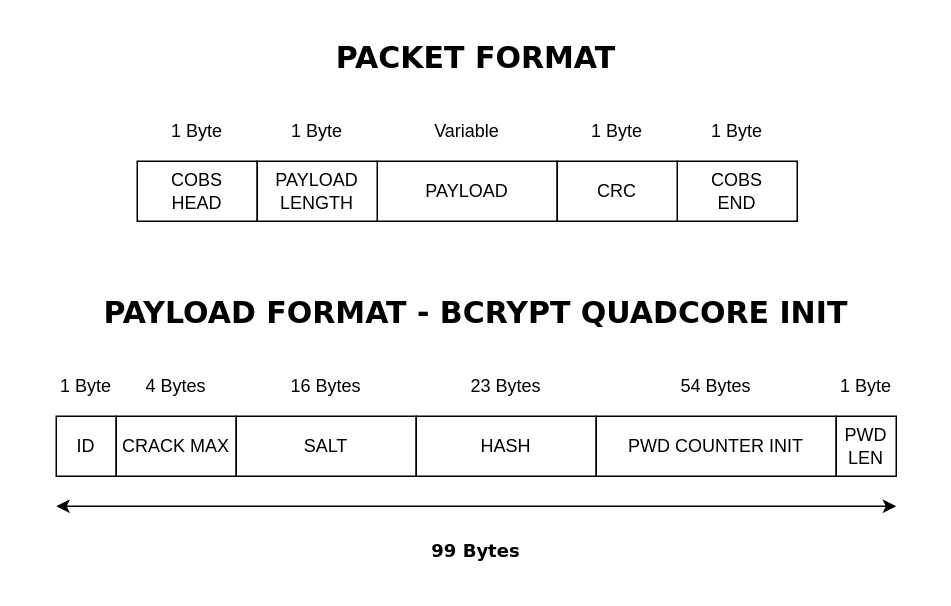
Above: page "mosi_payload_format" (6 of 9) of assets/drawio/uart_communication_protocol.drawio in Djokzer/fpga_bruteforce_attack (draw.io), before the change. Source tidied: cells renumbered, new cells numbered last; positions are measured from the earlier drawing's top-left corner, leaving out a move shared by most shapes. Both pictures are drawn from the tidied source at 150%, with x=0, y=0 at pixel (26, 26).
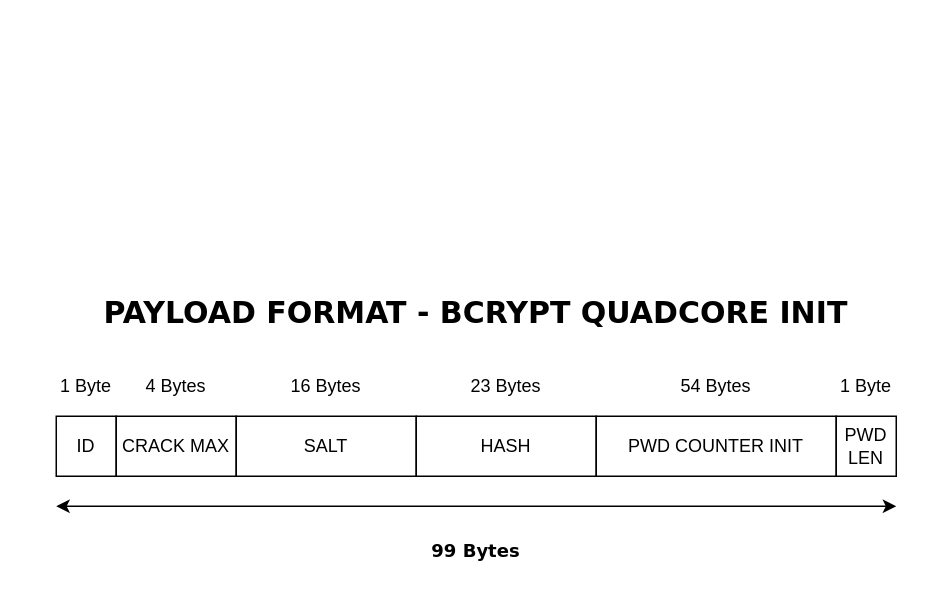
The same diagram, later.

Change to the diagram source:
```diff
@@
-    <mxCell id="15" value="&lt;div&gt;COBS&lt;br&gt;&lt;/div&gt;&lt;div&gt;HEAD&lt;/div&gt;" style="rounded=0;whiteSpace=wrap;html=1;" parent="1" vertex="1">
-      <mxGeometry x="74" y="90" width="80" height="40" as="geometry" />
-    </mxCell>
-    <mxCell id="16" value="1 Byte" style="rounded=0;whiteSpace=wrap;html=1;fillColor=none;strokeColor=none;" parent="1" vertex="1">
-      <mxGeometry x="74" y="50" width="80" height="40" as="geometry" />
-    </mxCell>
-    <mxCell id="17" value="PAYLOAD" style="rounded=0;whiteSpace=wrap;html=1;" parent="1" vertex="1">
-      <mxGeometry x="234" y="90" width="120" height="40" as="geometry" />
-    </mxCell>
-    <mxCell id="18" value="Variable" style="rounded=0;whiteSpace=wrap;html=1;fillColor=none;strokeColor=none;" parent="1" vertex="1">
-      <mxGeometry x="234" y="50" width="120" height="40" as="geometry" />
-    </mxCell>
-    <mxCell id="19" value="&lt;div&gt;COBS&lt;/div&gt;&lt;div&gt;&lt;span style=&quot;background-color: initial;&quot;&gt;END&lt;/span&gt;&lt;/div&gt;" style="rounded=0;whiteSpace=wrap;html=1;" parent="1" vertex="1">
-      <mxGeometry x="434" y="90" width="80" height="40" as="geometry" />
-    </mxCell>
-    <mxCell id="20" value="PACKET FORMAT" style="rounded=0;whiteSpace=wrap;html=1;fillColor=none;strokeColor=none;fontFamily=Verdana;fontStyle=1;fontSize=20;" parent="1" vertex="1">
-      <mxGeometry x="160" width="280" height="40" as="geometry" />
-    </mxCell>
-    <mxCell id="21" value="CRC" style="rounded=0;whiteSpace=wrap;html=1;" parent="1" vertex="1">
-      <mxGeometry x="354" y="90" width="80" height="40" as="geometry" />
-    </mxCell>
-    <mxCell id="22" value="1 Byte" style="rounded=0;whiteSpace=wrap;html=1;fillColor=none;strokeColor=none;" parent="1" vertex="1">
-      <mxGeometry x="354" y="50" width="80" height="40" as="geometry" />
-    </mxCell>
-    <mxCell id="23" value="1 Byte" style="rounded=0;whiteSpace=wrap;html=1;fillColor=none;strokeColor=none;" parent="1" vertex="1">
-      <mxGeometry x="434" y="50" width="80" height="40" as="geometry" />
-    </mxCell>
-    <mxCell id="24" value="PAYLOAD&lt;div&gt;LENGTH&lt;/div&gt;" style="rounded=0;whiteSpace=wrap;html=1;" parent="1" vertex="1">
-      <mxGeometry x="154" y="90" width="80" height="40" as="geometry" />
-    </mxCell>
-    <mxCell id="25" value="1 Byte" style="rounded=0;whiteSpace=wrap;html=1;fillColor=none;strokeColor=none;" parent="1" vertex="1">
-      <mxGeometry x="154" y="50" width="80" height="40" as="geometry" />
-    </mxCell>
```
